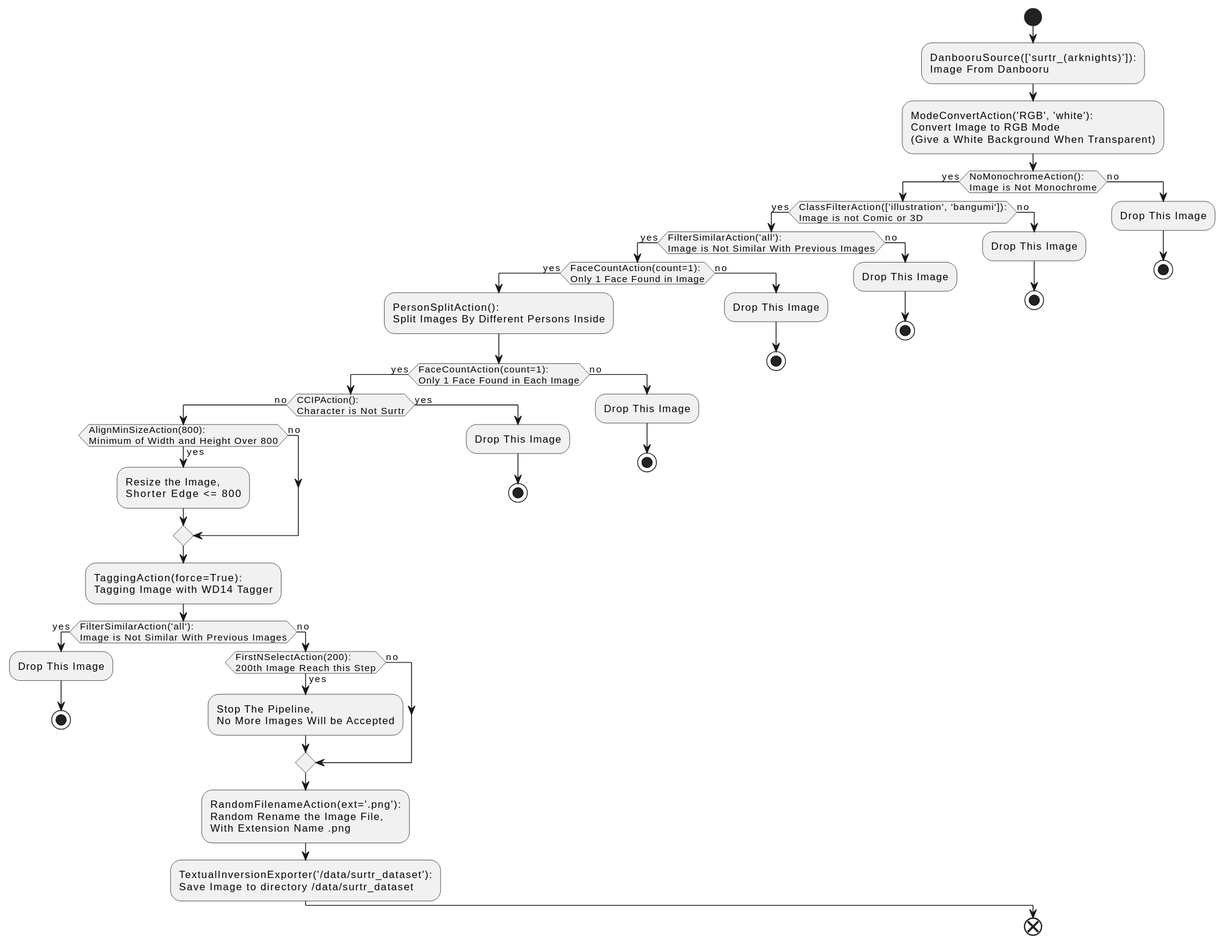
The PlantUML diagram main/_images/sample_workflow.puml.svg in deepghs/waifuc, before a commit.
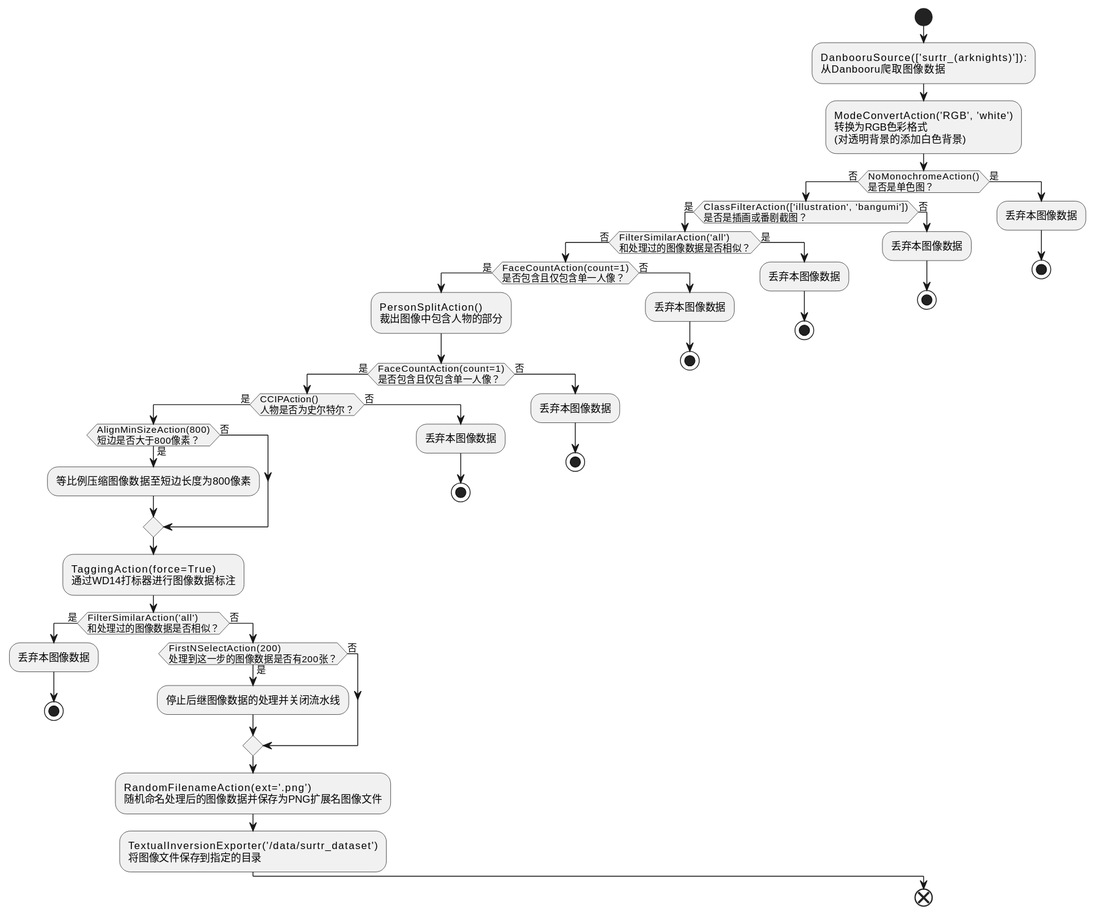
After the change.

What changed in the source:
```diff
@@ -1,53 +1,53 @@
 @startuml
 start
-:DanbooruSource(['surtr_(arknights)']):\nImage From Danbooru;
-:ModeConvertAction('RGB', 'white'):\nConvert Image to RGB Mode\n(Give a White Background When Transparent);
+:DanbooruSource(['surtr_(arknights)']):\n从Danbooru爬取图像数据;
+:ModeConvertAction('RGB', 'white')\n转换为RGB色彩格式\n(对透明背景的添加白色背景);
 
-if (NoMonochromeAction():\nImage is Not Monochrome) then (yes)
-  if (ClassFilterAction(['illustration', 'bangumi']):\nImage is not Comic or 3D) then (yes)
-    if (FilterSimilarAction('all'):\nImage is Not Similar With Previous Images) then (yes)
-      if (FaceCountAction(count=1):\nOnly 1 Face Found in Image) then (yes)
-        :PersonSplitAction():\nSplit Images By Different Persons Inside;
-        if (FaceCountAction(count=1):\nOnly 1 Face Found in Each Image) then (yes)
-          if (CCIPAction():\nCharacter is Not Surtr) then (no)
-            if (AlignMinSizeAction(800):\nMinimum of Width and Height Over 800) then (yes)
-              :Resize the Image,\nShorter Edge <= 800;
-            else (no)
+if (NoMonochromeAction()\n是否是单色图？) then (否)
+  if (ClassFilterAction(['illustration', 'bangumi'])\n是否是插画或番剧截图？) then (是)
+    if (FilterSimilarAction('all')\n和处理过的图像数据是否相似？) then (否)
+      if (FaceCountAction(count=1)\n是否包含且仅包含单一人像？) then (是)
+        :PersonSplitAction()\n裁出图像中包含人物的部分;
+        if (FaceCountAction(count=1)\n是否包含且仅包含单一人像？) then (是)
+          if (CCIPAction()\n人物是否为史尔特尔？) then (是)
+            if (AlignMinSizeAction(800)\n短边是否大于800像素？) then (是)
+              :等比例压缩图像数据至短边长度为800像素;
+            else (否)
             endif
-            :TaggingAction(force=True):\nTagging Image with WD14 Tagger;
-            if (FilterSimilarAction('all'):\nImage is Not Similar With Previous Images) then (yes)
-              :Drop This Image;
+            :TaggingAction(force=True)\n通过WD14打标器进行图像数据标注;
+            if (FilterSimilarAction('all')\n和处理过的图像数据是否相似？) then (是)
+              :丢弃本图像数据;
               stop
-            else (no)
-              if (FirstNSelectAction(200):\n200th Image Reach this Step) then (yes)
-                :Stop The Pipeline,\nNo More Images Will be Accepted;
-              else (no)
+            else (否)
+              if (FirstNSelectAction(200)\n处理到这一步的图像数据是否有200张？) then (是)
+                :停止后继图像数据的处理并关闭流水线;
+              else (否)
               endif
-              :RandomFilenameAction(ext='.png'):\nRandom Rename the Image File,\nWith Extension Name .png;
-              :TextualInversionExporter('/data/surtr_dataset'):\nSave Image to directory /data/surtr_dataset;
+              :RandomFilenameAction(ext='.png')\n随机命名处理后的图像数据并保存为PNG扩展名图像文件;
+              :TextualInversionExporter('/data/surtr_dataset')\n将图像文件保存到指定的目录;
             endif
-          else (yes)
-            :Drop This Image;
+          else (否)
+            :丢弃本图像数据;
             stop
           endif
-        else (no)
-          :Drop This Image;
+        else (否)
+          :丢弃本图像数据;
           stop
         endif
-      else (no)
-        :Drop This Image;
+      else (否)
+        :丢弃本图像数据;
         stop
       endif
-    else (no)
-      :Drop This Image;
+    else (是)
+      :丢弃本图像数据;
       stop
     endif
-  else (no)
-    :Drop This Image;
+  else (否)
+    :丢弃本图像数据;
     stop
   endif
-else (no)
-  :Drop This Image;
+else (是)
+  :丢弃本图像数据;
   stop
 endif
 end
```
